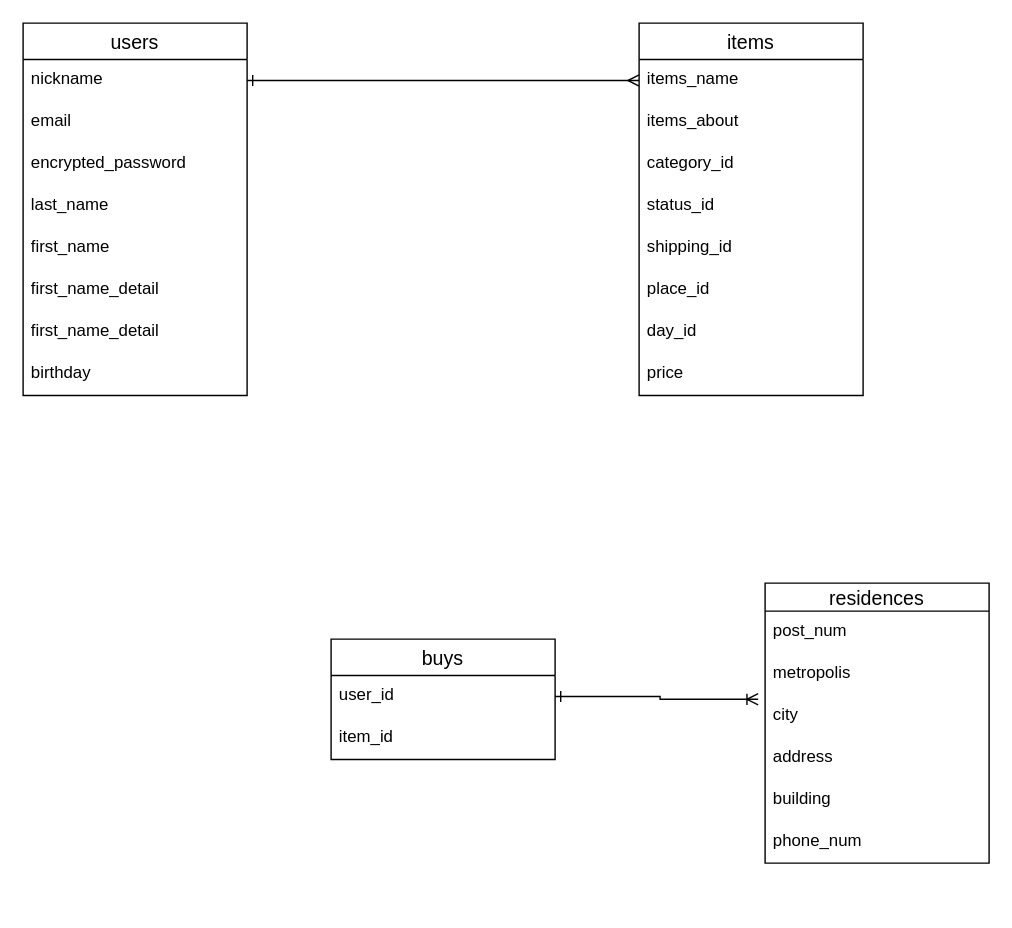
The draw.io diagram er.dio in KantoWatanabe023/furima-35539, before the edit. Source tidied: cells renumbered, new cells numbered last; positions are measured from the earlier drawing's top-left corner, leaving out a move shared by most shapes. Both pictures are drawn from the tidied source at 140%, with x=0, y=0 at pixel (22, 22).
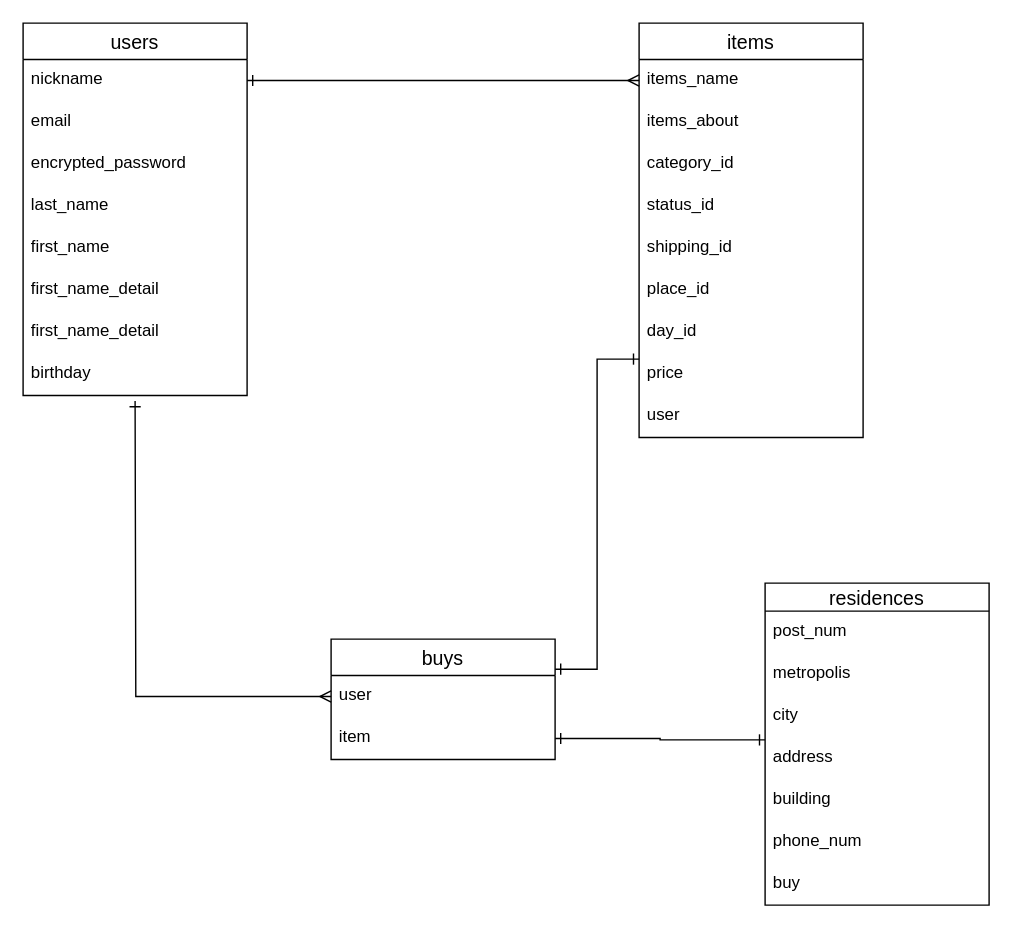
The same diagram, later.

The change refers to these unchanged cells:
```xml
<mxCell id="19" value="price" style="text;strokeColor=none;fillColor=none;spacingLeft=4;spacingRight=4;overflow=hidden;points=[[0,0.5],[1,0.5]];portConstraint=eastwest;fontSize=12;" parent="11" vertex="1">
  <mxGeometry y="236" width="160" height="30" as="geometry" />
</mxCell>
<mxCell id="23" value="city" style="text;strokeColor=none;fillColor=none;spacingLeft=4;spacingRight=4;overflow=hidden;points=[[0,0.5],[1,0.5]];portConstraint=eastwest;fontSize=12;" parent="20" vertex="1">
  <mxGeometry y="80" width="160" height="30" as="geometry" />
</mxCell>
<mxCell id="24" value="address" style="text;strokeColor=none;fillColor=none;spacingLeft=4;spacingRight=4;overflow=hidden;points=[[0,0.5],[1,0.5]];portConstraint=eastwest;fontSize=12;" parent="20" vertex="1">
  <mxGeometry y="110" width="160" height="30" as="geometry" />
</mxCell>
<mxCell id="28" value="buys" style="swimlane;fontStyle=0;horizontal=1;startSize=26;align=center;fontSize=14;" parent="1" vertex="1">
  <mxGeometry x="220" y="440" width="160" height="86" as="geometry" />
</mxCell>
```

The edit, as a diff of the source:
```diff
@@
     <mxCell id="11" value="items" style="swimlane;fontStyle=0;horizontal=1;startSize=26;align=center;fontSize=14;" parent="1" vertex="1">
-      <mxGeometry x="440" width="160" height="266" as="geometry" />
+      <mxGeometry x="440" width="160" height="296" as="geometry" />
     </mxCell>
@@
+    <mxCell id="32" value="user" style="text;strokeColor=none;fillColor=none;spacingLeft=4;spacingRight=4;overflow=hidden;fontSize=12;" parent="11" vertex="1">
+      <mxGeometry y="266" width="160" height="30" as="geometry" />
+    </mxCell>
     <mxCell id="20" value="residences" style="swimlane;fontStyle=0;horizontal=1;startSize=20;align=center;fontSize=14;" parent="1" vertex="1">
-      <mxGeometry x="530" y="400" width="160" height="200" as="geometry" />
+      <mxGeometry x="530" y="400" width="160" height="230" as="geometry" />
     </mxCell>
@@
+    <mxCell id="33" value="phone_num" style="text;strokeColor=none;fillColor=none;spacingLeft=4;spacingRight=4;overflow=hidden;fontSize=12;" parent="20" vertex="1">
+      <mxGeometry y="170" width="160" height="30" as="geometry" />
+    </mxCell>
-    <mxCell id="26" value="phone_num" style="text;strokeColor=none;fillColor=none;spacingLeft=4;spacingRight=4;overflow=hidden;fontSize=12;" parent="20" vertex="1">
-      <mxGeometry y="170" width="160" height="30" as="geometry" />
+    <mxCell id="26" value="buy" style="text;strokeColor=none;fillColor=none;spacingLeft=4;spacingRight=4;overflow=hidden;fontSize=12;" parent="20" vertex="1">
+      <mxGeometry y="200" width="160" height="30" as="geometry" />
     </mxCell>
@@
+    <mxCell id="34" style="edgeStyle=orthogonalEdgeStyle;rounded=0;jettySize=auto;html=1;exitX=1;exitY=0.25;exitDx=0;exitDy=0;entryX=0;entryY=0.133;entryDx=0;entryDy=0;entryPerimeter=0;startArrow=ERone;startFill=0;endArrow=ERone;endFill=0;" parent="1" edge="1" source="28" target="19">
+      <mxGeometry relative="1" as="geometry" />
+    </mxCell>
@@
-    <mxCell id="29" value="user_id" style="text;strokeColor=none;fillColor=none;spacingLeft=4;spacingRight=4;overflow=hidden;points=[[0,0.5],[1,0.5]];portConstraint=eastwest;fontSize=12;" parent="28" vertex="1">
+    <mxCell id="29" value="user" style="text;strokeColor=none;fillColor=none;spacingLeft=4;spacingRight=4;overflow=hidden;points=[[0,0.5],[1,0.5]];portConstraint=eastwest;fontSize=12;" parent="28" vertex="1">
       <mxGeometry y="26" width="160" height="30" as="geometry" />
     </mxCell>
-    <mxCell id="30" value="item_id" style="text;strokeColor=none;fillColor=none;spacingLeft=4;spacingRight=4;overflow=hidden;points=[[0,0.5],[1,0.5]];portConstraint=eastwest;fontSize=12;" parent="28" vertex="1">
+    <mxCell id="30" value="item" style="text;strokeColor=none;fillColor=none;spacingLeft=4;spacingRight=4;overflow=hidden;points=[[0,0.5],[1,0.5]];portConstraint=eastwest;fontSize=12;" parent="28" vertex="1">
       <mxGeometry y="56" width="160" height="30" as="geometry" />
     </mxCell>
-    <mxCell id="31" style="edgeStyle=orthogonalEdgeStyle;rounded=0;jettySize=auto;html=1;exitX=1;exitY=0.5;exitDx=0;exitDy=0;entryX=-0.031;entryY=0.1;entryDx=0;entryDy=0;entryPerimeter=0;startArrow=ERone;startFill=0;endArrow=ERoneToMany;endFill=0;" parent="1" edge="1" source="29" target="23">
-      <mxGeometry relative="1" as="geometry" />
-    </mxCell>
+    <mxCell id="35" style="edgeStyle=orthogonalEdgeStyle;rounded=0;jettySize=auto;html=1;exitX=0;exitY=0.5;exitDx=0;exitDy=0;startArrow=ERmany;startFill=0;endArrow=ERone;endFill=0;" parent="1" edge="1" source="29">
+      <mxGeometry relative="1" as="geometry">
+        <mxPoint x="80" y="270" as="targetPoint" />
+      </mxGeometry>
+    </mxCell>
+    <mxCell id="36" style="edgeStyle=orthogonalEdgeStyle;rounded=0;jettySize=auto;html=1;exitX=1;exitY=0.5;exitDx=0;exitDy=0;entryX=0;entryY=0.067;entryDx=0;entryDy=0;entryPerimeter=0;startArrow=ERone;startFill=0;endArrow=ERone;endFill=0;" parent="1" edge="1" source="30" target="24">
+      <mxGeometry relative="1" as="geometry" />
+    </mxCell>
```
